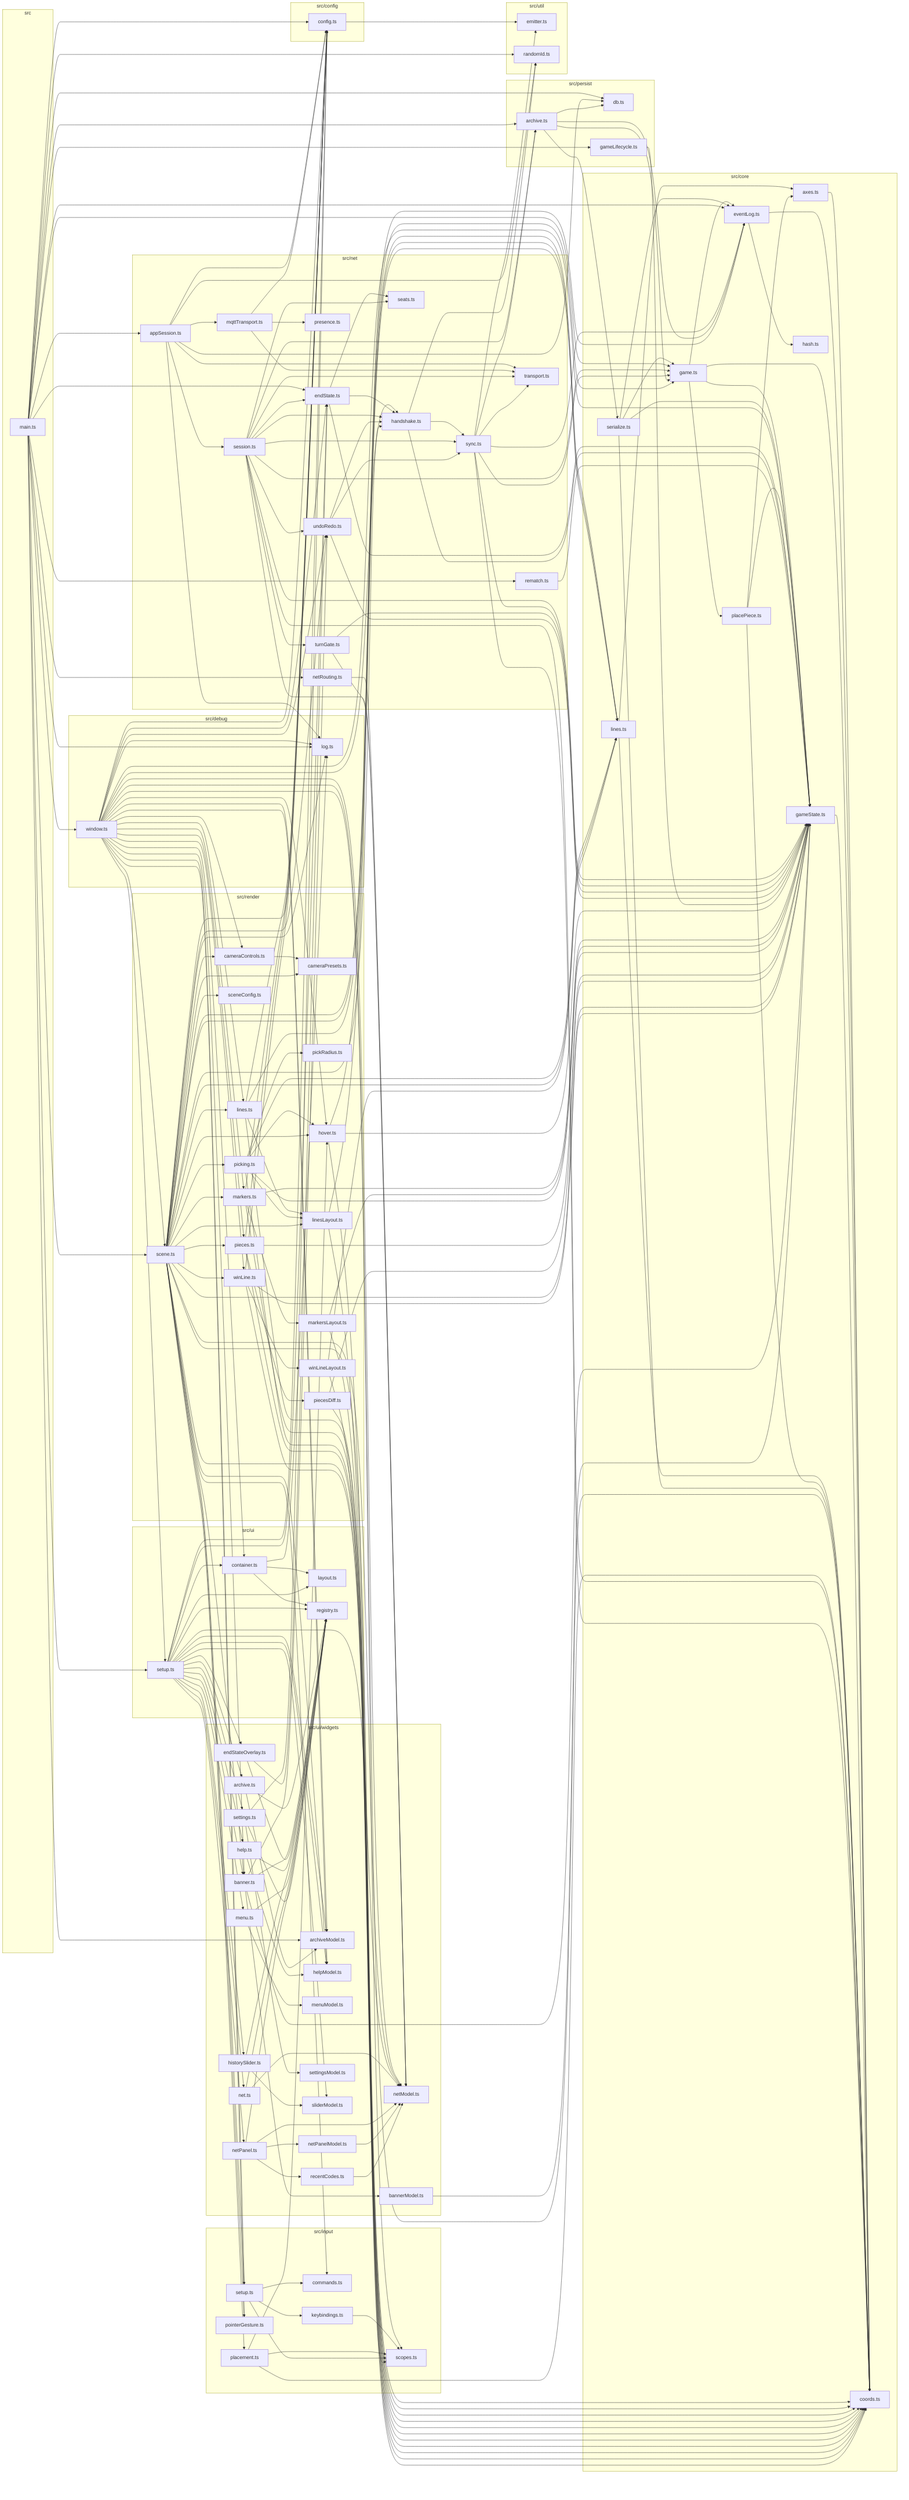
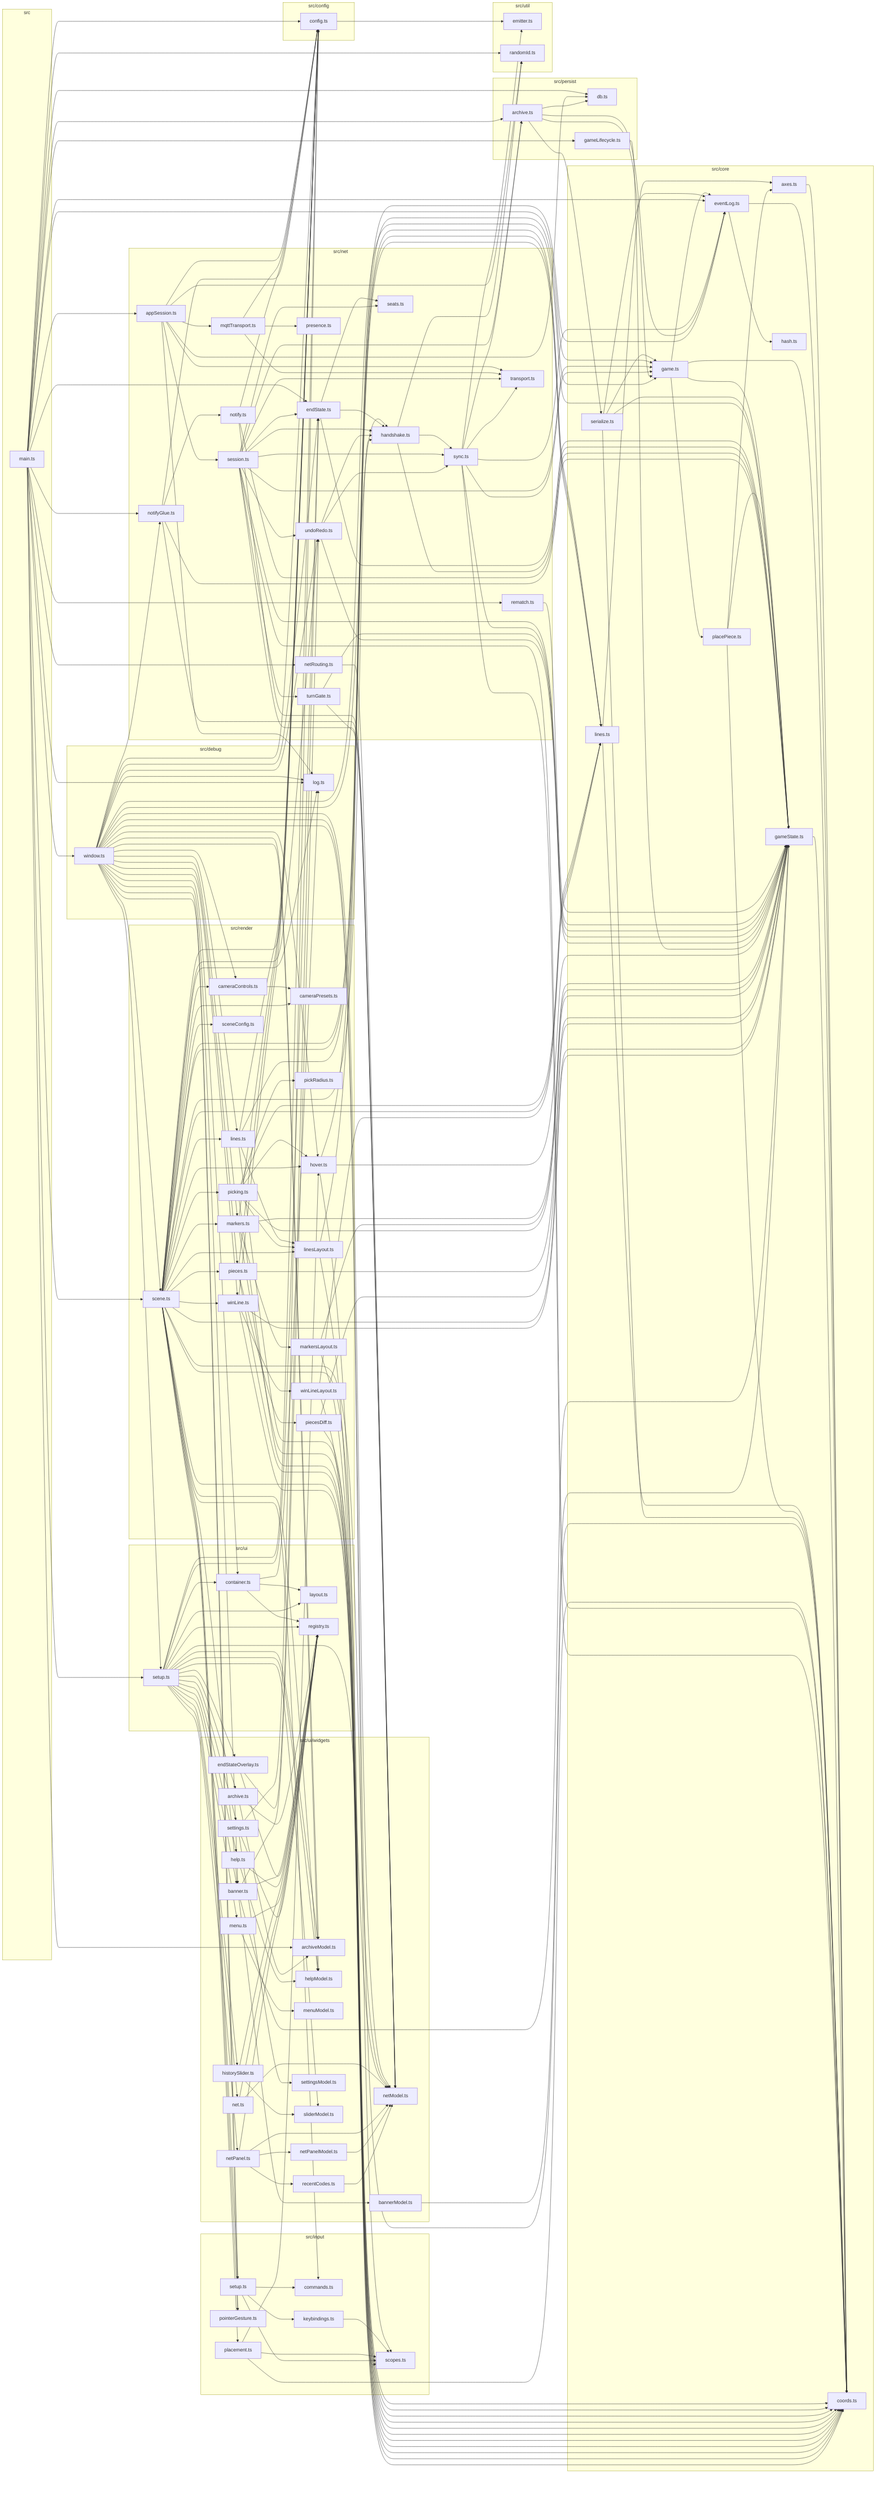
graph LR
    subgraph src
        src_main_ts["main.ts"]
    end
    subgraph src/config
        src_config_config_ts["config.ts"]
    end
    subgraph src/core
        src_core_axes_ts["axes.ts"]
        src_core_coords_ts["coords.ts"]
        src_core_eventLog_ts["eventLog.ts"]
        src_core_game_ts["game.ts"]
        src_core_gameState_ts["gameState.ts"]
        src_core_hash_ts["hash.ts"]
        src_core_lines_ts["lines.ts"]
        src_core_placePiece_ts["placePiece.ts"]
        src_core_serialize_ts["serialize.ts"]
    end
    subgraph src/debug
        src_debug_log_ts["log.ts"]
        src_debug_window_ts["window.ts"]
    end
    subgraph src/input
        src_input_commands_ts["commands.ts"]
        src_input_keybindings_ts["keybindings.ts"]
        src_input_placement_ts["placement.ts"]
        src_input_pointerGesture_ts["pointerGesture.ts"]
        src_input_scopes_ts["scopes.ts"]
        src_input_setup_ts["setup.ts"]
    end
    subgraph src/net
        src_net_appSession_ts["appSession.ts"]
        src_net_endState_ts["endState.ts"]
        src_net_handshake_ts["handshake.ts"]
        src_net_mqttTransport_ts["mqttTransport.ts"]
        src_net_netRouting_ts["netRouting.ts"]
+         src_net_notify_ts["notify.ts"]
+         src_net_notifyGlue_ts["notifyGlue.ts"]
        src_net_presence_ts["presence.ts"]
        src_net_rematch_ts["rematch.ts"]
        src_net_seats_ts["seats.ts"]
        src_net_session_ts["session.ts"]
        src_net_sync_ts["sync.ts"]
        src_net_transport_ts["transport.ts"]
        src_net_turnGate_ts["turnGate.ts"]
        src_net_undoRedo_ts["undoRedo.ts"]
    end
    subgraph src/persist
        src_persist_archive_ts["archive.ts"]
        src_persist_db_ts["db.ts"]
        src_persist_gameLifecycle_ts["gameLifecycle.ts"]
    end
    subgraph src/render
        src_render_cameraControls_ts["cameraControls.ts"]
        src_render_cameraPresets_ts["cameraPresets.ts"]
        src_render_hover_ts["hover.ts"]
        src_render_lines_ts["lines.ts"]
        src_render_linesLayout_ts["linesLayout.ts"]
        src_render_markers_ts["markers.ts"]
        src_render_markersLayout_ts["markersLayout.ts"]
        src_render_pickRadius_ts["pickRadius.ts"]
        src_render_picking_ts["picking.ts"]
        src_render_pieces_ts["pieces.ts"]
        src_render_piecesDiff_ts["piecesDiff.ts"]
        src_render_scene_ts["scene.ts"]
        src_render_sceneConfig_ts["sceneConfig.ts"]
        src_render_winLine_ts["winLine.ts"]
        src_render_winLineLayout_ts["winLineLayout.ts"]
    end
    subgraph src/ui
        src_ui_container_ts["container.ts"]
        src_ui_layout_ts["layout.ts"]
        src_ui_registry_ts["registry.ts"]
        src_ui_setup_ts["setup.ts"]
    end
    subgraph src/ui/widgets
        src_ui_widgets_archive_ts["archive.ts"]
        src_ui_widgets_archiveModel_ts["archiveModel.ts"]
        src_ui_widgets_banner_ts["banner.ts"]
        src_ui_widgets_bannerModel_ts["bannerModel.ts"]
        src_ui_widgets_endStateOverlay_ts["endStateOverlay.ts"]
        src_ui_widgets_help_ts["help.ts"]
        src_ui_widgets_helpModel_ts["helpModel.ts"]
        src_ui_widgets_historySlider_ts["historySlider.ts"]
        src_ui_widgets_menu_ts["menu.ts"]
        src_ui_widgets_menuModel_ts["menuModel.ts"]
        src_ui_widgets_net_ts["net.ts"]
        src_ui_widgets_netModel_ts["netModel.ts"]
        src_ui_widgets_netPanel_ts["netPanel.ts"]
        src_ui_widgets_netPanelModel_ts["netPanelModel.ts"]
        src_ui_widgets_recentCodes_ts["recentCodes.ts"]
        src_ui_widgets_settings_ts["settings.ts"]
        src_ui_widgets_settingsModel_ts["settingsModel.ts"]
        src_ui_widgets_sliderModel_ts["sliderModel.ts"]
    end
    subgraph src/util
        src_util_emitter_ts["emitter.ts"]
        src_util_randomId_ts["randomId.ts"]
    end
    src_config_config_ts --> src_util_emitter_ts
    src_core_axes_ts --> src_core_coords_ts
    src_core_eventLog_ts --> src_core_coords_ts
    src_core_eventLog_ts --> src_core_hash_ts
    src_core_game_ts --> src_core_coords_ts
    src_core_game_ts --> src_core_eventLog_ts
    src_core_game_ts --> src_core_gameState_ts
    src_core_game_ts --> src_core_placePiece_ts
    src_core_gameState_ts --> src_core_coords_ts
    src_core_lines_ts --> src_core_axes_ts
    src_core_lines_ts --> src_core_coords_ts
    src_core_placePiece_ts --> src_core_axes_ts
    src_core_placePiece_ts --> src_core_coords_ts
    src_core_placePiece_ts --> src_core_gameState_ts
    src_core_serialize_ts --> src_core_coords_ts
    src_core_serialize_ts --> src_core_eventLog_ts
    src_core_serialize_ts --> src_core_game_ts
    src_core_serialize_ts --> src_core_gameState_ts
    src_debug_window_ts --> src_config_config_ts
    src_debug_window_ts --> src_core_coords_ts
    src_debug_window_ts --> src_core_gameState_ts
    src_debug_window_ts --> src_debug_log_ts
    src_debug_window_ts --> src_input_pointerGesture_ts
    src_debug_window_ts --> src_input_scopes_ts
    src_debug_window_ts --> src_input_setup_ts
    src_debug_window_ts --> src_net_endState_ts
    src_debug_window_ts --> src_net_handshake_ts
+     src_debug_window_ts --> src_net_notifyGlue_ts
    src_debug_window_ts --> src_net_undoRedo_ts
    src_debug_window_ts --> src_render_cameraControls_ts
    src_debug_window_ts --> src_render_hover_ts
    src_debug_window_ts --> src_render_lines_ts
    src_debug_window_ts --> src_render_markers_ts
    src_debug_window_ts --> src_render_pieces_ts
    src_debug_window_ts --> src_render_scene_ts
    src_debug_window_ts --> src_render_winLine_ts
    src_debug_window_ts --> src_ui_container_ts
    src_debug_window_ts --> src_ui_setup_ts
    src_debug_window_ts --> src_ui_widgets_archiveModel_ts
    src_debug_window_ts --> src_ui_widgets_banner_ts
    src_debug_window_ts --> src_ui_widgets_helpModel_ts
    src_debug_window_ts --> src_ui_widgets_netModel_ts
    src_input_keybindings_ts --> src_input_scopes_ts
    src_input_placement_ts --> src_core_coords_ts
    src_input_placement_ts --> src_input_scopes_ts
    src_input_placement_ts --> src_render_hover_ts
    src_input_setup_ts --> src_input_commands_ts
    src_input_setup_ts --> src_input_keybindings_ts
    src_input_setup_ts --> src_input_scopes_ts
    src_main_ts --> src_config_config_ts
    src_main_ts --> src_core_eventLog_ts
    src_main_ts --> src_core_game_ts
    src_main_ts --> src_debug_log_ts
    src_main_ts --> src_debug_window_ts
    src_main_ts --> src_net_appSession_ts
    src_main_ts --> src_net_endState_ts
    src_main_ts --> src_net_netRouting_ts
+     src_main_ts --> src_net_notifyGlue_ts
    src_main_ts --> src_net_rematch_ts
    src_main_ts --> src_persist_archive_ts
    src_main_ts --> src_persist_db_ts
    src_main_ts --> src_persist_gameLifecycle_ts
    src_main_ts --> src_render_scene_ts
    src_main_ts --> src_ui_setup_ts
    src_main_ts --> src_ui_widgets_archiveModel_ts
    src_main_ts --> src_util_randomId_ts
    src_net_appSession_ts --> src_config_config_ts
    src_net_appSession_ts --> src_debug_log_ts
    src_net_appSession_ts --> src_net_mqttTransport_ts
    src_net_appSession_ts --> src_net_session_ts
    src_net_appSession_ts --> src_net_transport_ts
    src_net_appSession_ts --> src_persist_db_ts
    src_net_appSession_ts --> src_util_randomId_ts
    src_net_endState_ts --> src_core_gameState_ts
    src_net_endState_ts --> src_net_handshake_ts
    src_net_endState_ts --> src_net_seats_ts
    src_net_handshake_ts --> src_core_gameState_ts
    src_net_handshake_ts --> src_net_sync_ts
    src_net_handshake_ts --> src_util_randomId_ts
    src_net_mqttTransport_ts --> src_config_config_ts
    src_net_mqttTransport_ts --> src_net_presence_ts
    src_net_mqttTransport_ts --> src_net_transport_ts
    src_net_netRouting_ts --> src_ui_widgets_netModel_ts
+     src_net_notify_ts --> src_config_config_ts
+     src_net_notify_ts --> src_core_gameState_ts
+     src_net_notify_ts --> src_ui_widgets_netModel_ts
+     src_net_notifyGlue_ts --> src_config_config_ts
+     src_net_notifyGlue_ts --> src_core_gameState_ts
+     src_net_notifyGlue_ts --> src_net_notify_ts
+     src_net_notifyGlue_ts --> src_ui_widgets_netModel_ts
    src_net_rematch_ts --> src_core_gameState_ts
    src_net_session_ts --> src_core_coords_ts
    src_net_session_ts --> src_core_game_ts
    src_net_session_ts --> src_core_gameState_ts
    src_net_session_ts --> src_net_endState_ts
    src_net_session_ts --> src_net_handshake_ts
    src_net_session_ts --> src_net_seats_ts
    src_net_session_ts --> src_net_sync_ts
    src_net_session_ts --> src_net_transport_ts
    src_net_session_ts --> src_net_turnGate_ts
    src_net_session_ts --> src_net_undoRedo_ts
    src_net_session_ts --> src_persist_archive_ts
    src_net_session_ts --> src_ui_widgets_netModel_ts
    src_net_sync_ts --> src_core_coords_ts
    src_net_sync_ts --> src_core_eventLog_ts
    src_net_sync_ts --> src_core_game_ts
    src_net_sync_ts --> src_core_gameState_ts
    src_net_sync_ts --> src_net_transport_ts
    src_net_sync_ts --> src_persist_archive_ts
    src_net_sync_ts --> src_util_emitter_ts
    src_net_turnGate_ts --> src_core_gameState_ts
    src_net_turnGate_ts --> src_ui_widgets_netModel_ts
    src_net_undoRedo_ts --> src_core_gameState_ts
    src_net_undoRedo_ts --> src_net_handshake_ts
    src_net_undoRedo_ts --> src_net_sync_ts
    src_persist_archive_ts --> src_core_eventLog_ts
    src_persist_archive_ts --> src_core_game_ts
    src_persist_archive_ts --> src_core_serialize_ts
    src_persist_archive_ts --> src_persist_db_ts
    src_persist_gameLifecycle_ts --> src_core_gameState_ts
    src_render_cameraControls_ts --> src_render_cameraPresets_ts
    src_render_hover_ts --> src_core_coords_ts
    src_render_hover_ts --> src_core_gameState_ts
    src_render_hover_ts --> src_core_lines_ts
    src_render_lines_ts --> src_config_config_ts
    src_render_lines_ts --> src_core_coords_ts
    src_render_lines_ts --> src_core_lines_ts
    src_render_lines_ts --> src_render_linesLayout_ts
    src_render_linesLayout_ts --> src_core_coords_ts
    src_render_linesLayout_ts --> src_core_lines_ts
    src_render_markers_ts --> src_config_config_ts
    src_render_markers_ts --> src_core_coords_ts
    src_render_markers_ts --> src_core_gameState_ts
    src_render_markers_ts --> src_render_markersLayout_ts
    src_render_markersLayout_ts --> src_core_coords_ts
    src_render_markersLayout_ts --> src_core_gameState_ts
    src_render_picking_ts --> src_core_coords_ts
    src_render_picking_ts --> src_core_gameState_ts
    src_render_picking_ts --> src_core_lines_ts
    src_render_picking_ts --> src_render_hover_ts
    src_render_picking_ts --> src_render_linesLayout_ts
    src_render_picking_ts --> src_render_pickRadius_ts
    src_render_pieces_ts --> src_config_config_ts
    src_render_pieces_ts --> src_core_coords_ts
    src_render_pieces_ts --> src_core_gameState_ts
    src_render_pieces_ts --> src_render_piecesDiff_ts
    src_render_piecesDiff_ts --> src_core_coords_ts
    src_render_piecesDiff_ts --> src_core_gameState_ts
    src_render_scene_ts --> src_config_config_ts
    src_render_scene_ts --> src_core_coords_ts
    src_render_scene_ts --> src_core_eventLog_ts
    src_render_scene_ts --> src_core_game_ts
    src_render_scene_ts --> src_core_gameState_ts
    src_render_scene_ts --> src_core_lines_ts
    src_render_scene_ts --> src_debug_log_ts
    src_render_scene_ts --> src_input_commands_ts
    src_render_scene_ts --> src_input_placement_ts
    src_render_scene_ts --> src_input_pointerGesture_ts
    src_render_scene_ts --> src_input_scopes_ts
    src_render_scene_ts --> src_input_setup_ts
    src_render_scene_ts --> src_net_handshake_ts
    src_render_scene_ts --> src_net_undoRedo_ts
    src_render_scene_ts --> src_render_cameraControls_ts
    src_render_scene_ts --> src_render_cameraPresets_ts
    src_render_scene_ts --> src_render_hover_ts
    src_render_scene_ts --> src_render_lines_ts
    src_render_scene_ts --> src_render_linesLayout_ts
    src_render_scene_ts --> src_render_markers_ts
    src_render_scene_ts --> src_render_picking_ts
    src_render_scene_ts --> src_render_pieces_ts
    src_render_scene_ts --> src_render_sceneConfig_ts
    src_render_scene_ts --> src_render_winLine_ts
    src_render_scene_ts --> src_ui_widgets_banner_ts
    src_render_scene_ts --> src_ui_widgets_helpModel_ts
    src_render_scene_ts --> src_ui_widgets_netModel_ts
    src_render_winLine_ts --> src_config_config_ts
    src_render_winLine_ts --> src_core_coords_ts
    src_render_winLine_ts --> src_core_gameState_ts
    src_render_winLine_ts --> src_render_winLineLayout_ts
    src_render_winLineLayout_ts --> src_core_coords_ts
    src_render_winLineLayout_ts --> src_core_lines_ts
    src_ui_container_ts --> src_debug_log_ts
    src_ui_container_ts --> src_ui_layout_ts
    src_ui_container_ts --> src_ui_registry_ts
    src_ui_setup_ts --> src_config_config_ts
    src_ui_setup_ts --> src_net_endState_ts
    src_ui_setup_ts --> src_ui_container_ts
    src_ui_setup_ts --> src_ui_layout_ts
    src_ui_setup_ts --> src_ui_registry_ts
    src_ui_setup_ts --> src_ui_widgets_archive_ts
    src_ui_setup_ts --> src_ui_widgets_archiveModel_ts
    src_ui_setup_ts --> src_ui_widgets_banner_ts
    src_ui_setup_ts --> src_ui_widgets_endStateOverlay_ts
    src_ui_setup_ts --> src_ui_widgets_help_ts
    src_ui_setup_ts --> src_ui_widgets_helpModel_ts
    src_ui_setup_ts --> src_ui_widgets_historySlider_ts
    src_ui_setup_ts --> src_ui_widgets_menu_ts
    src_ui_setup_ts --> src_ui_widgets_net_ts
    src_ui_setup_ts --> src_ui_widgets_netModel_ts
    src_ui_setup_ts --> src_ui_widgets_netPanel_ts
    src_ui_setup_ts --> src_ui_widgets_settings_ts
    src_ui_setup_ts --> src_ui_widgets_sliderModel_ts
    src_ui_widgets_archive_ts --> src_ui_registry_ts
    src_ui_widgets_archive_ts --> src_ui_widgets_archiveModel_ts
    src_ui_widgets_banner_ts --> src_core_gameState_ts
    src_ui_widgets_banner_ts --> src_net_undoRedo_ts
    src_ui_widgets_banner_ts --> src_ui_registry_ts
    src_ui_widgets_banner_ts --> src_ui_widgets_bannerModel_ts
    src_ui_widgets_bannerModel_ts --> src_core_gameState_ts
    src_ui_widgets_endStateOverlay_ts --> src_net_endState_ts
    src_ui_widgets_endStateOverlay_ts --> src_ui_registry_ts
    src_ui_widgets_help_ts --> src_ui_registry_ts
    src_ui_widgets_help_ts --> src_ui_widgets_helpModel_ts
    src_ui_widgets_historySlider_ts --> src_ui_registry_ts
    src_ui_widgets_historySlider_ts --> src_ui_widgets_sliderModel_ts
    src_ui_widgets_menu_ts --> src_ui_registry_ts
    src_ui_widgets_menu_ts --> src_ui_widgets_menuModel_ts
    src_ui_widgets_net_ts --> src_ui_registry_ts
    src_ui_widgets_net_ts --> src_ui_widgets_netModel_ts
    src_ui_widgets_netPanel_ts --> src_ui_registry_ts
    src_ui_widgets_netPanel_ts --> src_ui_widgets_netModel_ts
    src_ui_widgets_netPanel_ts --> src_ui_widgets_netPanelModel_ts
    src_ui_widgets_netPanel_ts --> src_ui_widgets_recentCodes_ts
    src_ui_widgets_netPanelModel_ts --> src_ui_widgets_netModel_ts
    src_ui_widgets_recentCodes_ts --> src_ui_widgets_netModel_ts
    src_ui_widgets_settings_ts --> src_config_config_ts
    src_ui_widgets_settings_ts --> src_ui_registry_ts
    src_ui_widgets_settings_ts --> src_ui_widgets_settingsModel_ts
